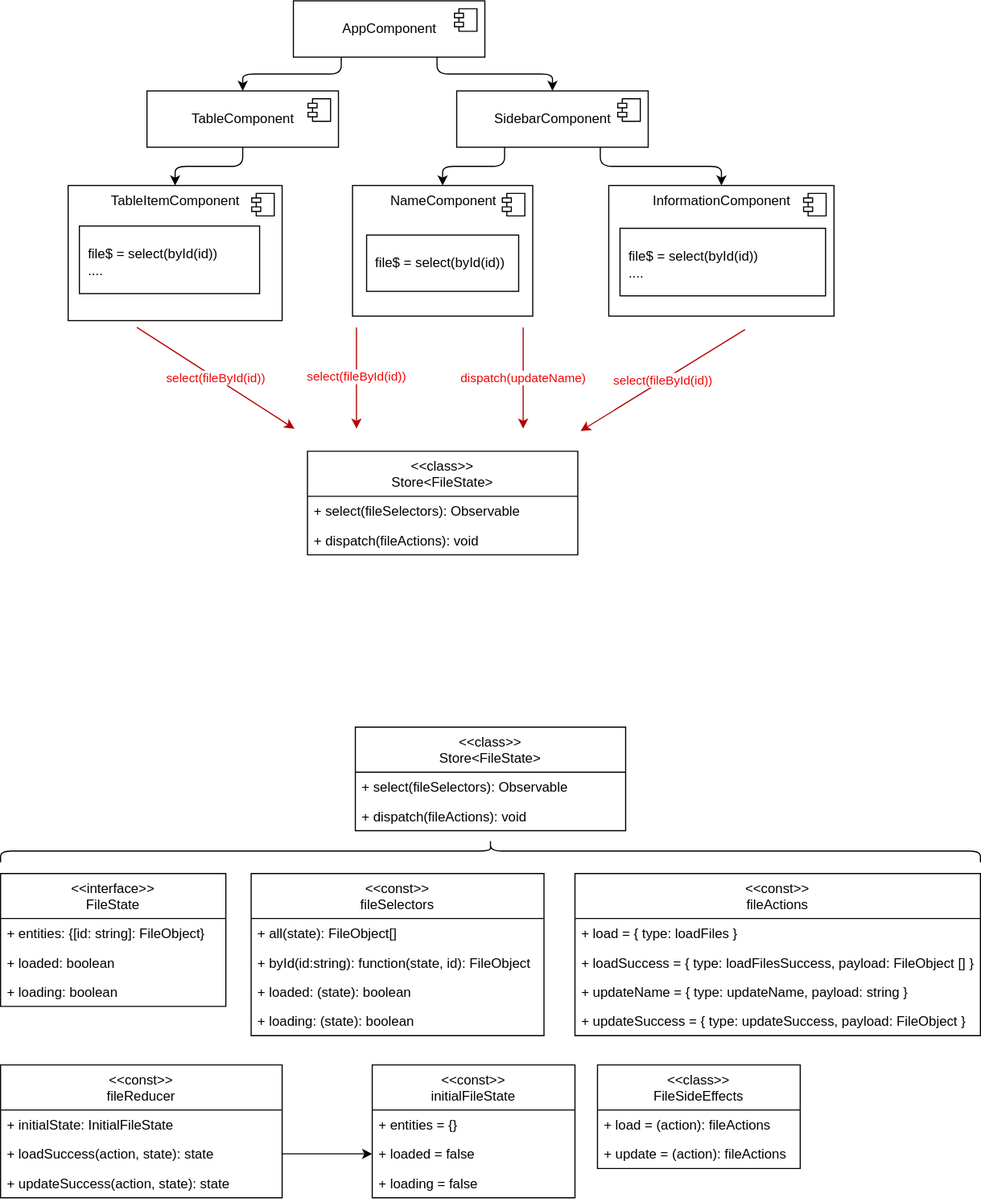
Before: draw-io-files/easy-state.svg, a diagram exported from draw.io (RStolzlechner/bachelor-y-redux-socket). Source tidied: cells renumbered, new cells last; positions are measured from the earlier drawing's top-left corner, leaving out a move shared by most shapes.
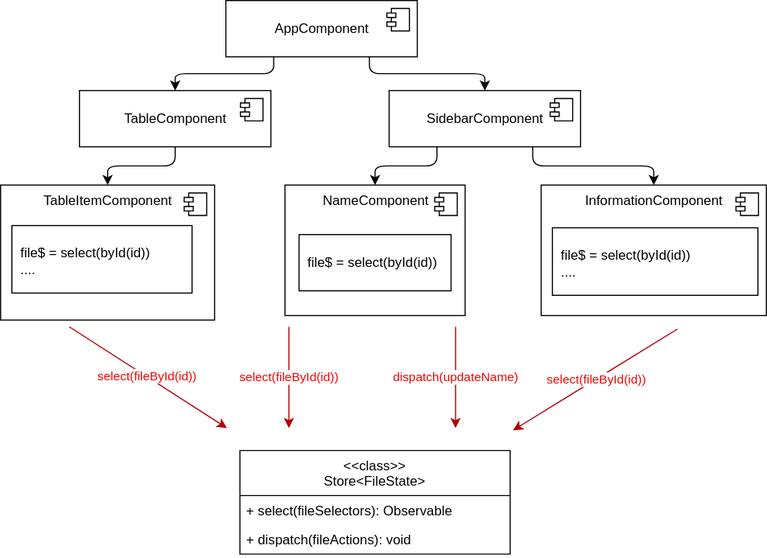
After the commit.

The edit, as a diff of the source:
```diff
@@ -2,81 +2,6 @@
   <root>
     <mxCell id="0" />
     <mxCell id="1" parent="0" />
-    <mxCell id="2" value="&lt;&lt;interface&gt;&gt;&#10;FileState" style="swimlane;fontStyle=0;horizontal=1;startSize=40;fillColor=none;" parent="1" vertex="1">
-      <mxGeometry y="775" width="200" height="118" as="geometry" />
-    </mxCell>
-    <mxCell id="3" value="+ entities: {[id: string]: FileObject}" style="text;strokeColor=none;fillColor=none;align=left;verticalAlign=top;spacingLeft=4;spacingRight=4;overflow=hidden;" parent="2" vertex="1">
-      <mxGeometry y="40" width="200" height="26" as="geometry" />
-    </mxCell>
-    <mxCell id="4" value="+ loaded: boolean" style="text;strokeColor=none;fillColor=none;align=left;verticalAlign=top;spacingLeft=4;spacingRight=4;overflow=hidden;" parent="2" vertex="1">
-      <mxGeometry y="66" width="200" height="26" as="geometry" />
-    </mxCell>
-    <mxCell id="5" value="+ loading: boolean" style="text;strokeColor=none;fillColor=none;align=left;verticalAlign=top;spacingLeft=4;spacingRight=4;overflow=hidden;" parent="2" vertex="1">
-      <mxGeometry y="92" width="200" height="26" as="geometry" />
-    </mxCell>
-    <mxCell id="6" value="&lt;&lt;const&gt;&gt;&#10;initialFileState" style="swimlane;fontStyle=0;horizontal=1;startSize=40;fillColor=none;" parent="1" vertex="1">
-      <mxGeometry x="330" y="945" width="180" height="118" as="geometry" />
-    </mxCell>
-    <mxCell id="7" value="+ entities = {}" style="text;strokeColor=none;fillColor=none;align=left;verticalAlign=top;spacingLeft=4;spacingRight=4;overflow=hidden;" parent="6" vertex="1">
-      <mxGeometry y="40" width="180" height="26" as="geometry" />
-    </mxCell>
-    <mxCell id="8" value="+ loaded = false" style="text;strokeColor=none;fillColor=none;align=left;verticalAlign=top;spacingLeft=4;spacingRight=4;overflow=hidden;points=[[0,0.5],[1,0.5]];portConstraint=eastwest;" parent="6" vertex="1">
-      <mxGeometry y="66" width="180" height="26" as="geometry" />
-    </mxCell>
-    <mxCell id="9" value="+ loading = false" style="text;strokeColor=none;fillColor=none;align=left;verticalAlign=top;spacingLeft=4;spacingRight=4;overflow=hidden;" parent="6" vertex="1">
-      <mxGeometry y="92" width="180" height="26" as="geometry" />
-    </mxCell>
-    <mxCell id="10" value="&lt;&lt;const&gt;&gt;&#10;fileSelectors" style="swimlane;fontStyle=0;horizontal=1;startSize=40;fillColor=none;" parent="1" vertex="1">
-      <mxGeometry x="222.5" y="775" width="260" height="144" as="geometry" />
-    </mxCell>
-    <mxCell id="11" value="+ all(state): FileObject[]" style="text;strokeColor=none;fillColor=none;align=left;verticalAlign=top;spacingLeft=4;spacingRight=4;overflow=hidden;" parent="10" vertex="1">
-      <mxGeometry y="40" width="260" height="26" as="geometry" />
-    </mxCell>
-    <mxCell id="12" value="+ byId(id:string): function(state, id): FileObject" style="text;strokeColor=none;fillColor=none;align=left;verticalAlign=top;spacingLeft=4;spacingRight=4;overflow=hidden;" parent="10" vertex="1">
-      <mxGeometry y="66" width="260" height="26" as="geometry" />
-    </mxCell>
-    <mxCell id="13" value="+ loaded: (state): boolean" style="text;strokeColor=none;fillColor=none;align=left;verticalAlign=top;spacingLeft=4;spacingRight=4;overflow=hidden;" parent="10" vertex="1">
-      <mxGeometry y="92" width="260" height="26" as="geometry" />
-    </mxCell>
-    <mxCell id="14" value="+ loading: (state): boolean" style="text;strokeColor=none;fillColor=none;align=left;verticalAlign=top;spacingLeft=4;spacingRight=4;overflow=hidden;" parent="10" vertex="1">
-      <mxGeometry y="118" width="260" height="26" as="geometry" />
-    </mxCell>
-    <mxCell id="15" value="&lt;&lt;const&gt;&gt;&#10;fileActions" style="swimlane;fontStyle=0;horizontal=1;startSize=40;fillColor=none;" parent="1" vertex="1">
-      <mxGeometry x="510" y="775" width="360" height="144" as="geometry" />
-    </mxCell>
-    <mxCell id="16" value="+ load = { type: loadFiles }" style="text;strokeColor=none;fillColor=none;align=left;verticalAlign=top;spacingLeft=4;spacingRight=4;overflow=hidden;" parent="15" vertex="1">
-      <mxGeometry y="40" width="360" height="26" as="geometry" />
-    </mxCell>
-    <mxCell id="17" value="+ loadSuccess = { type: loadFilesSuccess, payload: FileObject [] }" style="text;strokeColor=none;fillColor=none;align=left;verticalAlign=top;spacingLeft=4;spacingRight=4;overflow=hidden;" parent="15" vertex="1">
-      <mxGeometry y="66" width="360" height="26" as="geometry" />
-    </mxCell>
-    <mxCell id="18" value="+ updateName = { type: updateName, payload: string }" style="text;strokeColor=none;fillColor=none;align=left;verticalAlign=top;spacingLeft=4;spacingRight=4;overflow=hidden;" parent="15" vertex="1">
-      <mxGeometry y="92" width="360" height="26" as="geometry" />
-    </mxCell>
-    <mxCell id="19" value="+ updateSuccess = { type: updateSuccess, payload: FileObject }" style="text;strokeColor=none;fillColor=none;align=left;verticalAlign=top;spacingLeft=4;spacingRight=4;overflow=hidden;" parent="15" vertex="1">
-      <mxGeometry y="118" width="360" height="26" as="geometry" />
-    </mxCell>
-    <mxCell id="20" value="&lt;&lt;const&gt;&gt;&#10;fileReducer" style="swimlane;fontStyle=0;horizontal=1;startSize=40;fillColor=none;" parent="1" vertex="1">
-      <mxGeometry y="945" width="250" height="118" as="geometry" />
-    </mxCell>
-    <mxCell id="21" value="+ initialState: InitialFileState" style="text;strokeColor=none;fillColor=none;align=left;verticalAlign=top;spacingLeft=4;spacingRight=4;overflow=hidden;" parent="20" vertex="1">
-      <mxGeometry y="40" width="250" height="26" as="geometry" />
-    </mxCell>
-    <mxCell id="22" value="+ loadSuccess(action, state): state" style="text;strokeColor=none;fillColor=none;align=left;verticalAlign=top;spacingLeft=4;spacingRight=4;overflow=hidden;points=[[0,0.5],[1,0.5]];portConstraint=eastwest;" parent="20" vertex="1">
-      <mxGeometry y="66" width="250" height="26" as="geometry" />
-    </mxCell>
-    <mxCell id="23" value="+ updateSuccess(action, state): state" style="text;strokeColor=none;fillColor=none;align=left;verticalAlign=top;spacingLeft=4;spacingRight=4;overflow=hidden;" parent="20" vertex="1">
-      <mxGeometry y="92" width="250" height="26" as="geometry" />
-    </mxCell>
-    <mxCell id="24" value="&lt;&lt;class&gt;&gt;&#10;FileSideEffects" style="swimlane;fontStyle=0;horizontal=1;startSize=40;fillColor=none;" parent="1" vertex="1">
-      <mxGeometry x="530" y="945" width="180" height="92" as="geometry" />
-    </mxCell>
-    <mxCell id="25" value="+ load = (action): fileActions" style="text;strokeColor=none;fillColor=none;align=left;verticalAlign=top;spacingLeft=4;spacingRight=4;overflow=hidden;" parent="24" vertex="1">
-      <mxGeometry y="40" width="180" height="26" as="geometry" />
-    </mxCell>
-    <mxCell id="26" value="+ update = (action): fileActions" style="text;strokeColor=none;fillColor=none;align=left;verticalAlign=top;spacingLeft=4;spacingRight=4;overflow=hidden;" parent="24" vertex="1">
-      <mxGeometry y="66" width="180" height="26" as="geometry" />
-    </mxCell>
     <mxCell id="27" value="&lt;&lt;class&gt;&gt;&#10;Store&lt;FileState&gt;" style="swimlane;fontStyle=0;horizontal=1;startSize=40;fillColor=none;" parent="1" vertex="1">
       <mxGeometry x="272.5" y="400" width="240" height="92" as="geometry" />
     </mxCell>
@@ -182,20 +107,5 @@
         <mxPoint x="464" y="380" as="targetPoint" />
       </mxGeometry>
     </mxCell>
-    <mxCell id="54" style="edgeStyle=none;html=1;exitX=1;exitY=0.5;exitDx=0;exitDy=0;" parent="1" edge="1" source="22" target="8">
-      <mxGeometry relative="1" as="geometry" />
-    </mxCell>
-    <mxCell id="55" value="&lt;&lt;class&gt;&gt;&#10;Store&lt;FileState&gt;" style="swimlane;fontStyle=0;horizontal=1;startSize=40;fillColor=none;" parent="1" vertex="1">
-      <mxGeometry x="315" y="645" width="240" height="92" as="geometry" />
-    </mxCell>
-    <mxCell id="56" value="+ select(fileSelectors): Observable" style="text;strokeColor=none;fillColor=none;align=left;verticalAlign=top;spacingLeft=4;spacingRight=4;overflow=hidden;" parent="55" vertex="1">
-      <mxGeometry y="40" width="240" height="26" as="geometry" />
-    </mxCell>
-    <mxCell id="57" value="+ dispatch(fileActions): void" style="text;strokeColor=none;fillColor=none;align=left;verticalAlign=top;spacingLeft=4;spacingRight=4;overflow=hidden;" parent="55" vertex="1">
-      <mxGeometry y="66" width="240" height="26" as="geometry" />
-    </mxCell>
-    <mxCell id="58" style="shape=curlyBracket;whiteSpace=wrap;html=1;rounded=1;labelPosition=left;verticalLabelPosition=middle;align=right;verticalAlign=middle;rotation=90;" parent="1" vertex="1">
-      <mxGeometry x="425" y="320" width="20" height="870" as="geometry" />
-    </mxCell>
   </root>
 </mxGraphModel>
```
